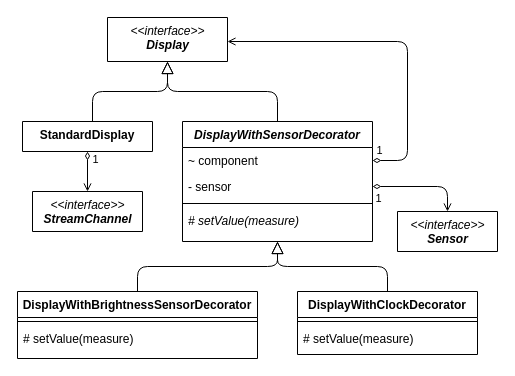
Above: page "Display hierarchy" (2 of 4) of relazione/diagramma/ClassDiagramm.drawio in dichohnf/mp_2023-24 (draw.io), before the change. Source tidied: cells renumbered, new cells numbered last; positions are measured from the earlier drawing's top-left corner, leaving out a move shared by most shapes. Both pictures are drawn from the tidied source at 100%, with x=0, y=0 at pixel (17, 17).
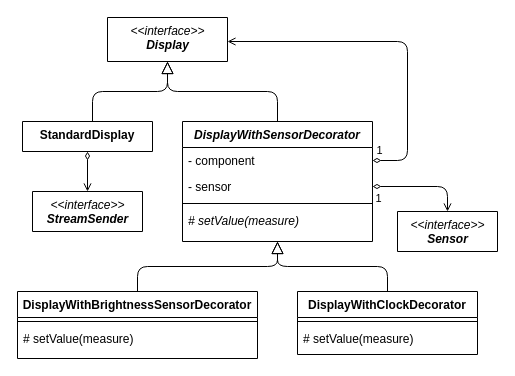
After the change.

The change refers to these unchanged cells:
```xml
<mxCell id="3" style="edgeStyle=orthogonalEdgeStyle;rounded=1;jettySize=auto;html=1;shadow=0;strokeColor=default;strokeWidth=1;align=center;verticalAlign=middle;fontFamily=Helvetica;fontSize=11;fontColor=default;labelBackgroundColor=default;elbow=vertical;jumpStyle=arc;jumpSize=12;startArrow=diamondThin;startFill=0;endArrow=open;endFill=0;endSize=6;curved=0;" parent="1" edge="1" source="6" target="24">
  <mxGeometry relative="1" as="geometry" />
</mxCell>
<mxCell id="8" value="DisplayWithSensorDecorator" style="swimlane;fontStyle=3;align=center;verticalAlign=top;horizontal=1;startSize=26;rounded=0;shadow=0;strokeWidth=1;" parent="1" vertex="1">
  <mxGeometry x="165" y="104" width="190" height="120" as="geometry" />
</mxCell>
```

What changed in the source:
```diff
@@
-    <mxCell id="5" value="1" style="edgeLabel;html=1;align=center;verticalAlign=middle;" parent="3" vertex="1">
-      <mxGeometry x="-0.74" relative="1" as="geometry">
-        <mxPoint x="7" y="2" as="offset" />
-      </mxGeometry>
-    </mxCell>
@@
-    <mxCell id="9" value="~ component" style="text;align=left;verticalAlign=top;spacingLeft=4;spacingRight=4;overflow=hidden;points=[[0,0.5],[1,0.5]];portConstraint=eastwest;" parent="8" vertex="1">
+    <mxCell id="9" value="- component" style="text;align=left;verticalAlign=top;spacingLeft=4;spacingRight=4;overflow=hidden;points=[[0,0.5],[1,0.5]];portConstraint=eastwest;" parent="8" vertex="1">
       <mxGeometry y="26" width="190" height="26" as="geometry" />
     </mxCell>
@@
-    <mxCell id="24" value="&lt;span style=&quot;font-weight: normal;&quot;&gt;&amp;lt;&amp;lt;interface&amp;gt;&amp;gt;&lt;/span&gt;&lt;br&gt;StreamChannel" style="swimlane;fontStyle=3;align=center;verticalAlign=top;horizontal=1;startSize=40;rounded=0;shadow=0;strokeWidth=1;html=1;" parent="1" vertex="1">
+    <mxCell id="24" value="&lt;span style=&quot;font-weight: normal;&quot;&gt;&amp;lt;&amp;lt;interface&amp;gt;&amp;gt;&lt;/span&gt;&lt;br&gt;StreamSender" style="swimlane;fontStyle=3;align=center;verticalAlign=top;horizontal=1;startSize=40;rounded=0;shadow=0;strokeWidth=1;html=1;" parent="1" vertex="1">
       <mxGeometry x="15" y="174" width="110" height="40" as="geometry" />
     </mxCell>
```
